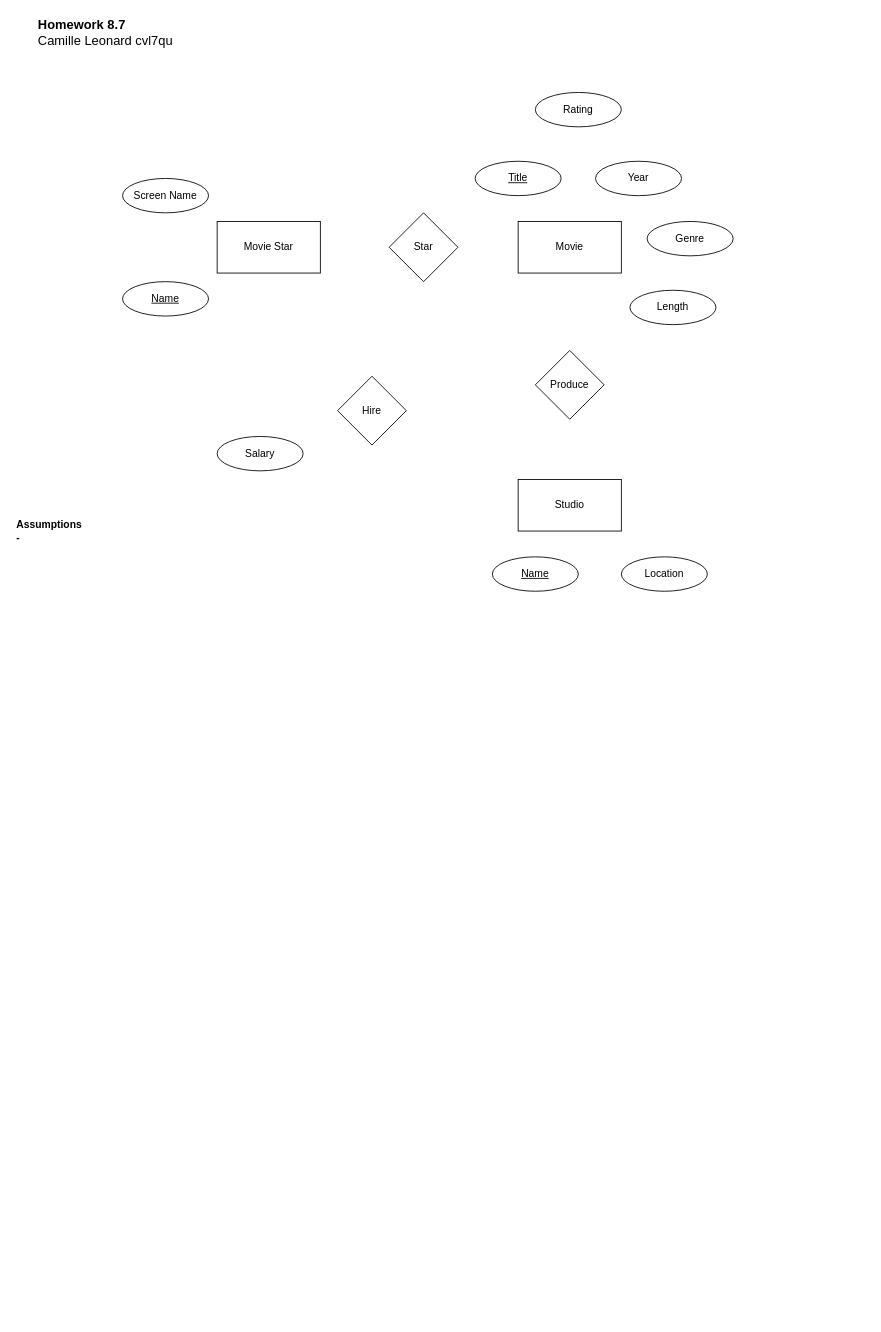
This is HW 8.7 ER Diagrams.drawio from camillevleonard/CS_5012_Mod_8_MOE, a draw.io file, before an edit. Source tidied: cells renumbered, new cells numbered last; positions are measured from the earlier drawing's top-left corner, leaving out a move shared by most shapes. Both pictures are drawn from the tidied source at 86%, with x=0, y=0 at pixel (15, 15).
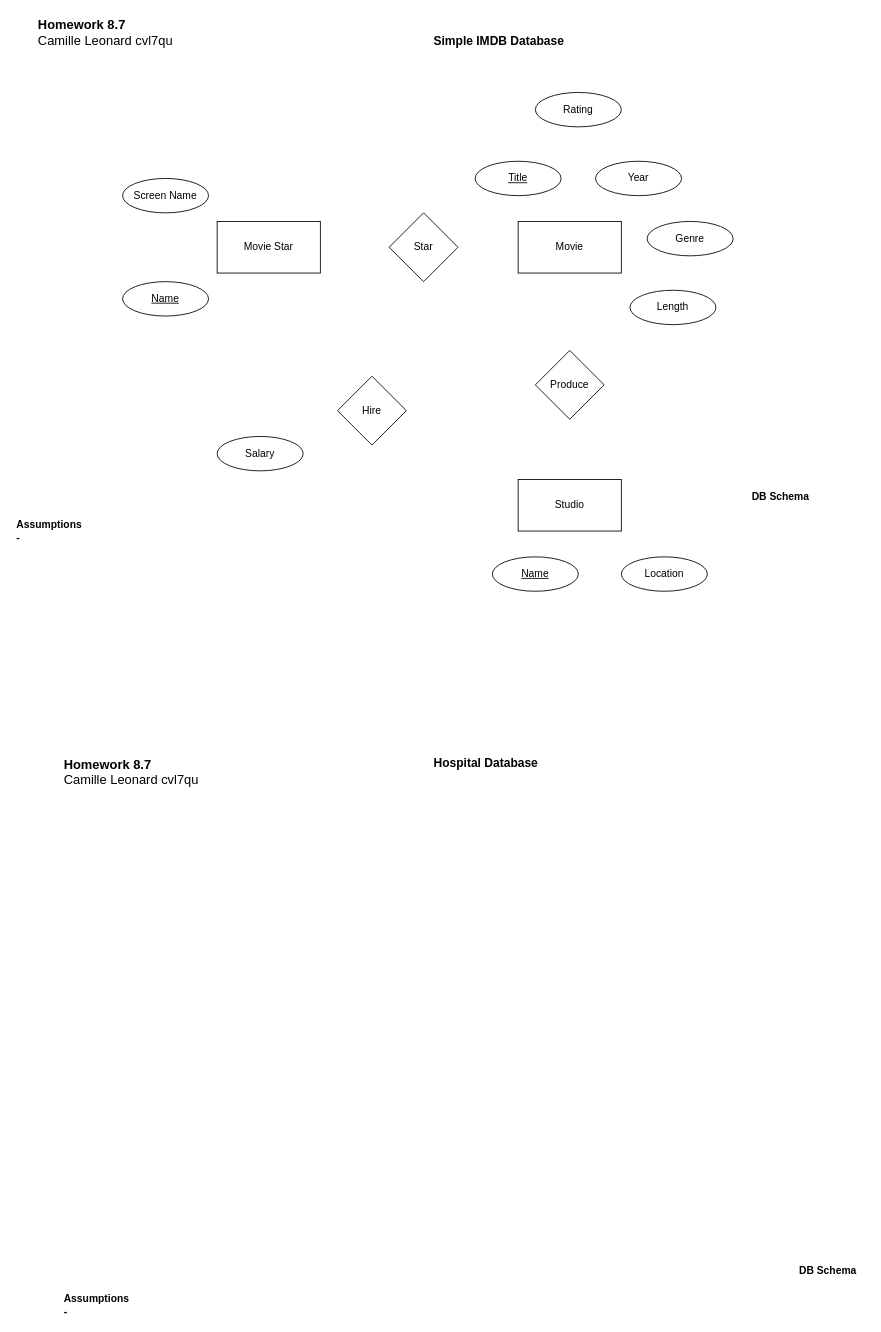
The same diagram, later.

What changed in the source:
```diff
@@
+    <mxCell id="20" value="&lt;font size=&quot;1&quot;&gt;&lt;b style=&quot;font-size: 14px&quot;&gt;Simple IMDB Database&lt;/b&gt;&lt;/font&gt;" style="text;html=1;align=left;verticalAlign=middle;" parent="1" vertex="1">
+      <mxGeometry x="485" y="20" width="170" height="20" as="geometry" />
+    </mxCell>
+    <mxCell id="21" value="&lt;font style=&quot;font-size: 14px&quot;&gt;&lt;b&gt;Hospital Database&lt;/b&gt;&lt;/font&gt;" style="text;html=1;align=left;verticalAlign=middle;" parent="1" vertex="1">
+      <mxGeometry x="485" y="860" width="140" height="20" as="geometry" />
+    </mxCell>
+    <mxCell id="22" value="&lt;font style=&quot;font-size: 15px&quot;&gt;&lt;b&gt;Homework 8.7&lt;/b&gt;&lt;br&gt;Camille Leonard cvl7qu&lt;br&gt;&lt;/font&gt;" style="text;html=1;align=left;verticalAlign=middle;" parent="1" vertex="1">
+      <mxGeometry x="55" y="860" width="170" height="40" as="geometry" />
+    </mxCell>
+    <mxCell id="23" value="&lt;b&gt;DB Schema&lt;/b&gt;" style="text;html=1;align=left;verticalAlign=middle;" parent="1" vertex="1">
+      <mxGeometry x="855" y="550" width="80" height="20" as="geometry" />
+    </mxCell>
+    <mxCell id="24" value="&lt;b&gt;Assumptions&lt;br&gt;-&amp;nbsp;&lt;br&gt;&lt;/b&gt;" style="text;html=1;align=left;verticalAlign=middle;" parent="1" vertex="1">
+      <mxGeometry x="55" y="1485" width="90" height="30" as="geometry" />
+    </mxCell>
+    <mxCell id="25" value="&lt;b&gt;DB Schema&lt;/b&gt;" style="text;html=1;align=left;verticalAlign=middle;" parent="1" vertex="1">
+      <mxGeometry x="910" y="1450" width="80" height="20" as="geometry" />
+    </mxCell>
```
